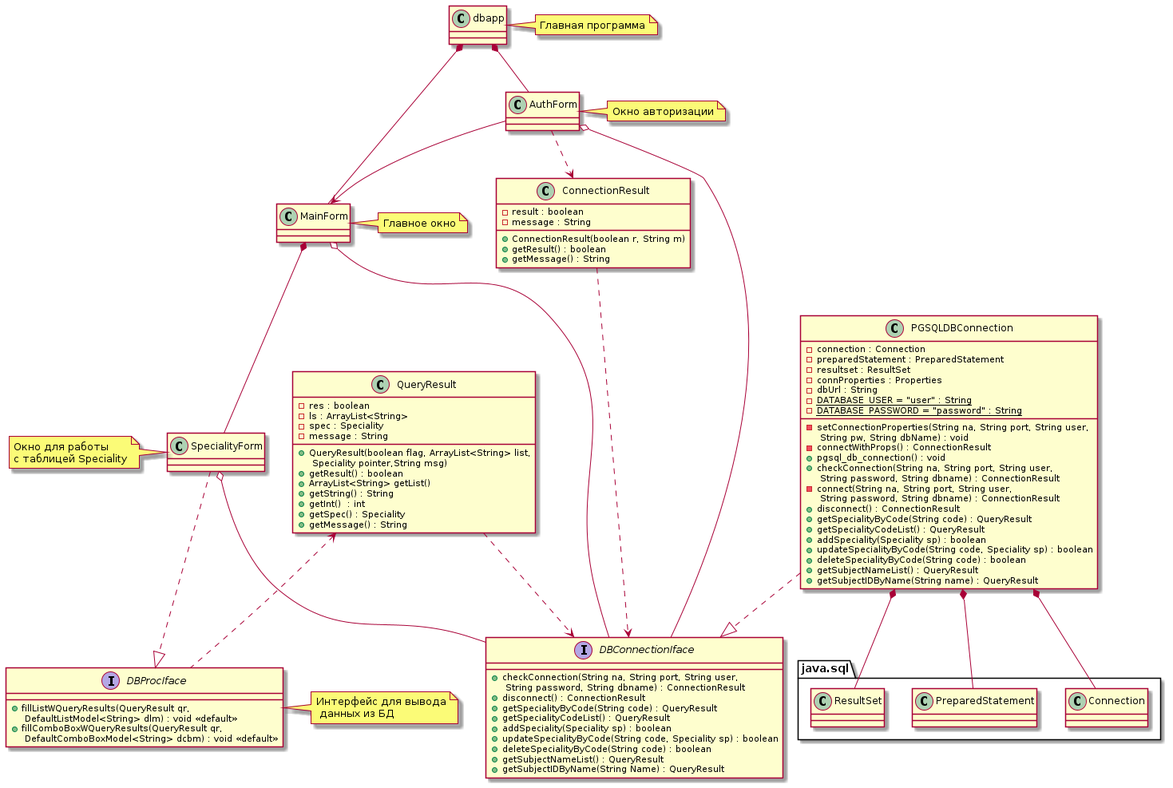
Before: ЛР5/class_diag.png, a diagram exported from PlantUML (CodeDesign2763/DatabaseTask).
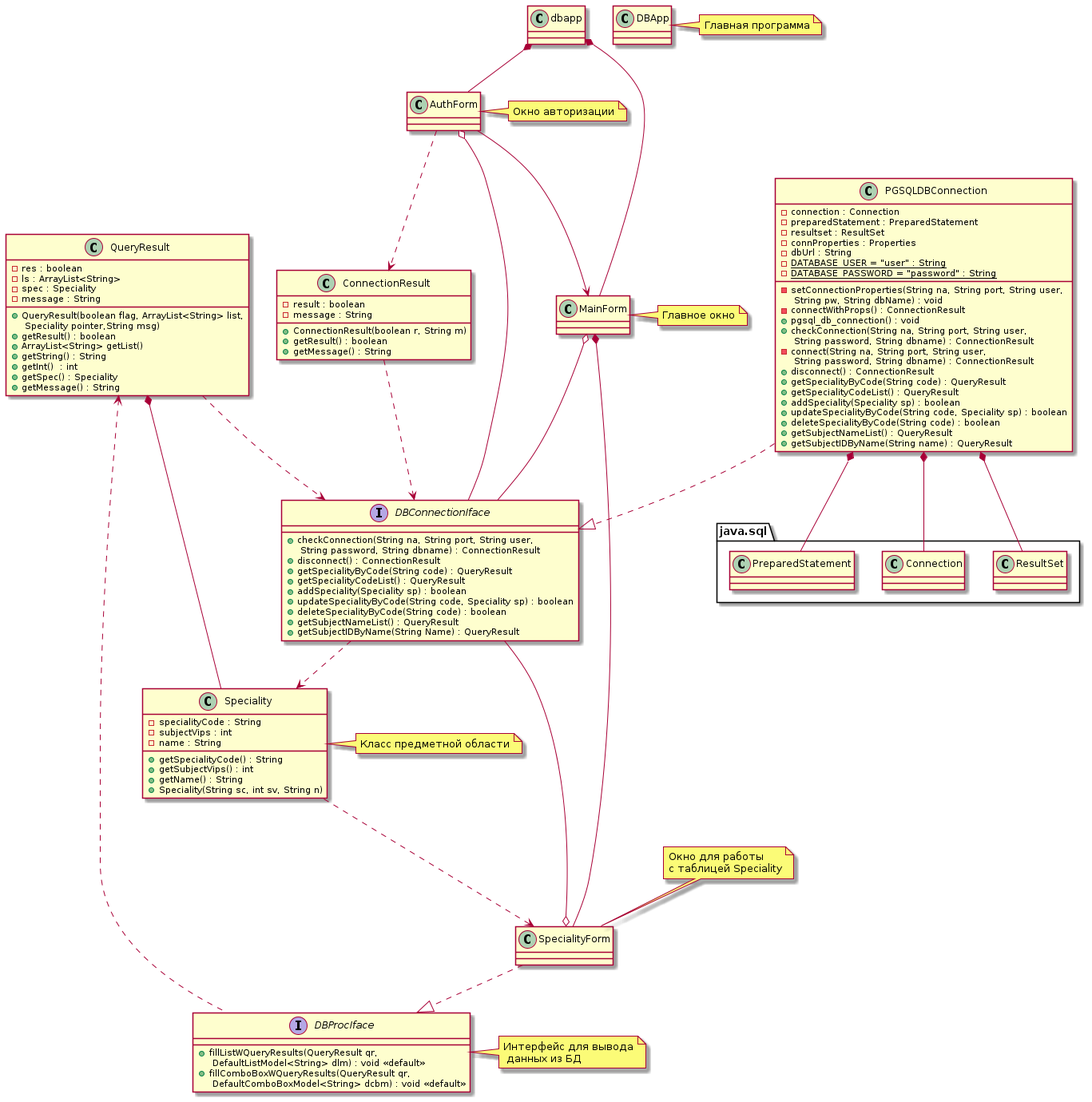
The same file after the commit.

Commit message:
Отредактированы диаграмма классов и README.MD

The edit, as a diff of the source:
```diff
@@ -20,7 +20,8 @@
 +  getSubjectIDByName(String Name) : QueryResult
 }
 class SpecialityForm
-note left: Окно для работы\nс таблицей Speciality
+note top: Окно для работы\nс таблицей Speciality
+
 class QueryResult{
 - res : boolean
 - ls : ArrayList<String>
@@ -68,10 +69,21 @@
 + getMessage() : String
 }
 
+class Speciality{
+- specialityCode : String
+- subjectVips : int
+- name : String
++ getSpecialityCode() : String
++ getSubjectVips() : int
++ getName() : String
++ Speciality(String sc, int sv, String n)
+}
+note right: Класс предметной области
+
 AuthForm ..> ConnectionResult
 ConnectionResult ..> DBConnectionIface
 
-class dbapp
+class DBApp
 note right: Главная программа
 
 interface DBProcIface{
@@ -100,4 +112,9 @@
 PGSQLDBConnection *-- java.sql.PreparedStatement
 PGSQLDBConnection *-- java.sql.ResultSet
 
+QueryResult *-- Speciality
+
+DBConnectionIface ..> Speciality
+Speciality ...> SpecialityForm
+
 @enduml
```
